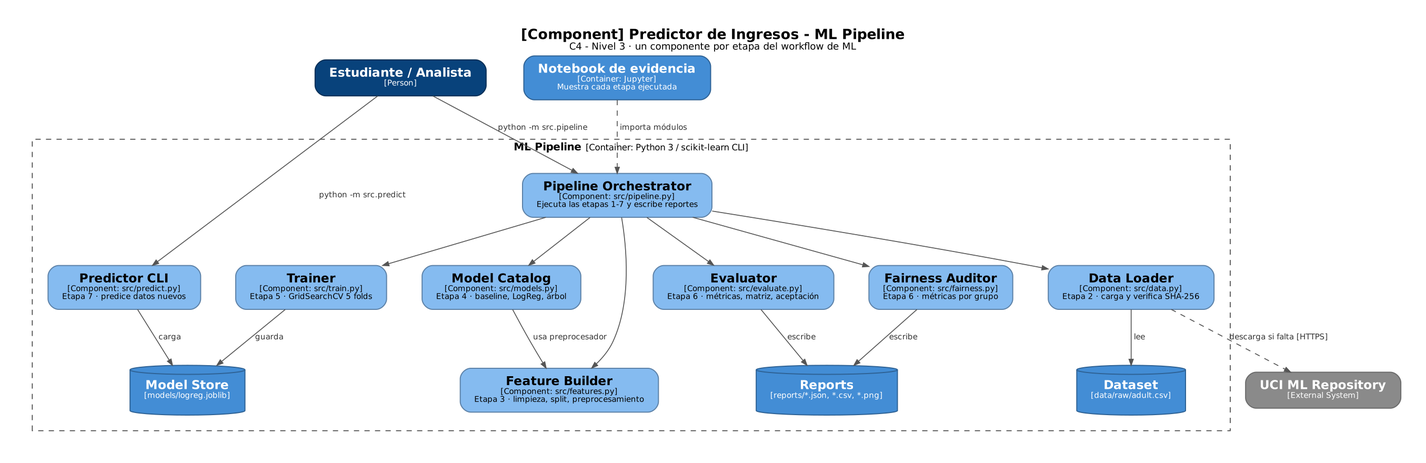
The Graphviz diagram docs/diagramas/c4-componentes.png in santnier92/proyectoFinal_predictorIngresos, before a commit. Its source is kept beside it as docs/diagramas/c4-componentes.dot. Its diagram source:
```dot
digraph C4Component {
    graph [rankdir=TB, fontname="Helvetica", fontsize=16, labelloc=t, nodesep=0.55, ranksep=0.75, pad=0.4, compound=true,
           label=<<b>[Component] Predictor de Ingresos - ML Pipeline</b><br/><font point-size="11">C4 - Nivel 3 · un componente por etapa del workflow de ML</font>>];
    node  [shape=box, style="rounded,filled", fontname="Helvetica", fontcolor=white, penwidth=1.2, margin="0.22,0.12"];
    edge  [fontname="Helvetica", fontsize=9, color="#555555", fontcolor="#333333", arrowsize=0.7];

    analista [fillcolor="#08427b", color="#052e56", label=<<b>Estudiante / Analista</b><br/><font point-size="9">[Person]</font>>];
    notebook [fillcolor="#438dd5", color="#2e6295", label=<<b>Notebook de evidencia</b><br/><font point-size="9">[Container: Jupyter]</font><br/><font point-size="9">Muestra cada etapa ejecutada</font>>];
    uci      [fillcolor="#8a8a8a", color="#6b6b6b", label=<<b>UCI ML Repository</b><br/><font point-size="9">[External System]</font>>];

    subgraph cluster_pipeline {
        label=<<b>ML Pipeline</b> <font point-size="10">[Container: Python 3 / scikit-learn CLI]</font>>;
        style="dashed"; color="#444444"; fontname="Helvetica"; fontsize=12; margin=18;
        node [fillcolor="#85bbf0", color="#5d82a8", fontcolor="#000000"];

        orchestrator [label=<<b>Pipeline Orchestrator</b><br/><font point-size="9">[Component: src/pipeline.py]</font><br/><font point-size="9">Ejecuta las etapas 1-7 y escribe reportes</font>>];
        loader   [label=<<b>Data Loader</b><br/><font point-size="9">[Component: src/data.py]</font><br/><font point-size="9">Etapa 2 · carga y verifica SHA-256</font>>];
        features [label=<<b>Feature Builder</b><br/><font point-size="9">[Component: src/features.py]</font><br/><font point-size="9">Etapa 3 · limpieza, split, preprocesamiento</font>>];
        catalog  [label=<<b>Model Catalog</b><br/><font point-size="9">[Component: src/models.py]</font><br/><font point-size="9">Etapa 4 · baseline, LogReg, árbol</font>>];
        trainer  [label=<<b>Trainer</b><br/><font point-size="9">[Component: src/train.py]</font><br/><font point-size="9">Etapa 5 · GridSearchCV 5 folds</font>>];
        evaluator[label=<<b>Evaluator</b><br/><font point-size="9">[Component: src/evaluate.py]</font><br/><font point-size="9">Etapa 6 · métricas, matriz, aceptación</font>>];
        auditor  [label=<<b>Fairness Auditor</b><br/><font point-size="9">[Component: src/fairness.py]</font><br/><font point-size="9">Etapa 6 · métricas por grupo</font>>];
        predictor[label=<<b>Predictor CLI</b><br/><font point-size="9">[Component: src/predict.py]</font><br/><font point-size="9">Etapa 7 · predice datos nuevos</font>>];

        node [shape=cylinder, fillcolor="#438dd5", color="#2e6295", fontcolor="white"];
        rawstore    [label=<<b>Dataset</b><br/><font point-size="9">[data/raw/adult.csv]</font>>];
        modelstore  [label=<<b>Model Store</b><br/><font point-size="9">[models/logreg.joblib]</font>>];
        reportstore [label=<<b>Reports</b><br/><font point-size="9">[reports/*.json, *.csv, *.png]</font>>];
    }

    analista -> orchestrator [label=" python -m src.pipeline"];
    analista -> predictor    [label=" python -m src.predict"];
    notebook -> orchestrator [label=" importa módulos", style=dashed];

    orchestrator -> loader;
    orchestrator -> features;
    orchestrator -> catalog;
    orchestrator -> trainer;
    orchestrator -> evaluator;
    orchestrator -> auditor;

    loader -> rawstore  [label=" lee"];
    loader -> uci       [label=" descarga si falta [HTTPS]", style=dashed];
    catalog -> features [label=" usa preprocesador"];
    trainer -> modelstore [label=" guarda"];
    evaluator -> reportstore [label=" escribe"];
    auditor -> reportstore   [label=" escribe"];
    predictor -> modelstore  [label=" carga"];
}
```
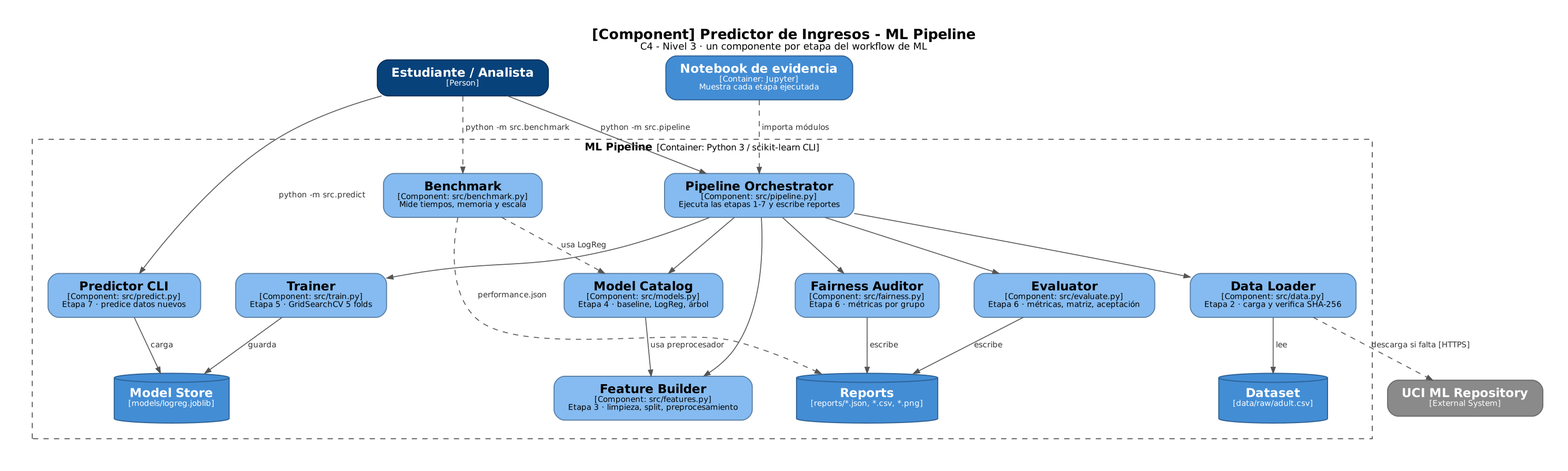
After the change.

Commit message:
docs(c4): add benchmark component to the component diagram

Diff of the diagram source:
```diff
@@ -20,6 +20,7 @@
         trainer  [label=<<b>Trainer</b><br/><font point-size="9">[Component: src/train.py]</font><br/><font point-size="9">Etapa 5 · GridSearchCV 5 folds</font>>];
         evaluator[label=<<b>Evaluator</b><br/><font point-size="9">[Component: src/evaluate.py]</font><br/><font point-size="9">Etapa 6 · métricas, matriz, aceptación</font>>];
         auditor  [label=<<b>Fairness Auditor</b><br/><font point-size="9">[Component: src/fairness.py]</font><br/><font point-size="9">Etapa 6 · métricas por grupo</font>>];
+        bench    [label=<<b>Benchmark</b><br/><font point-size="9">[Component: src/benchmark.py]</font><br/><font point-size="9">Mide tiempos, memoria y escala</font>>];
         predictor[label=<<b>Predictor CLI</b><br/><font point-size="9">[Component: src/predict.py]</font><br/><font point-size="9">Etapa 7 · predice datos nuevos</font>>];
 
         node [shape=cylinder, fillcolor="#438dd5", color="#2e6295", fontcolor="white"];
@@ -46,4 +47,7 @@
     evaluator -> reportstore [label=" escribe"];
     auditor -> reportstore   [label=" escribe"];
     predictor -> modelstore  [label=" carga"];
+    analista -> bench        [label=" python -m src.benchmark", style=dashed];
+    bench -> catalog         [label=" usa LogReg", style=dashed];
+    bench -> reportstore     [label=" performance.json", style=dashed];
 }
```
